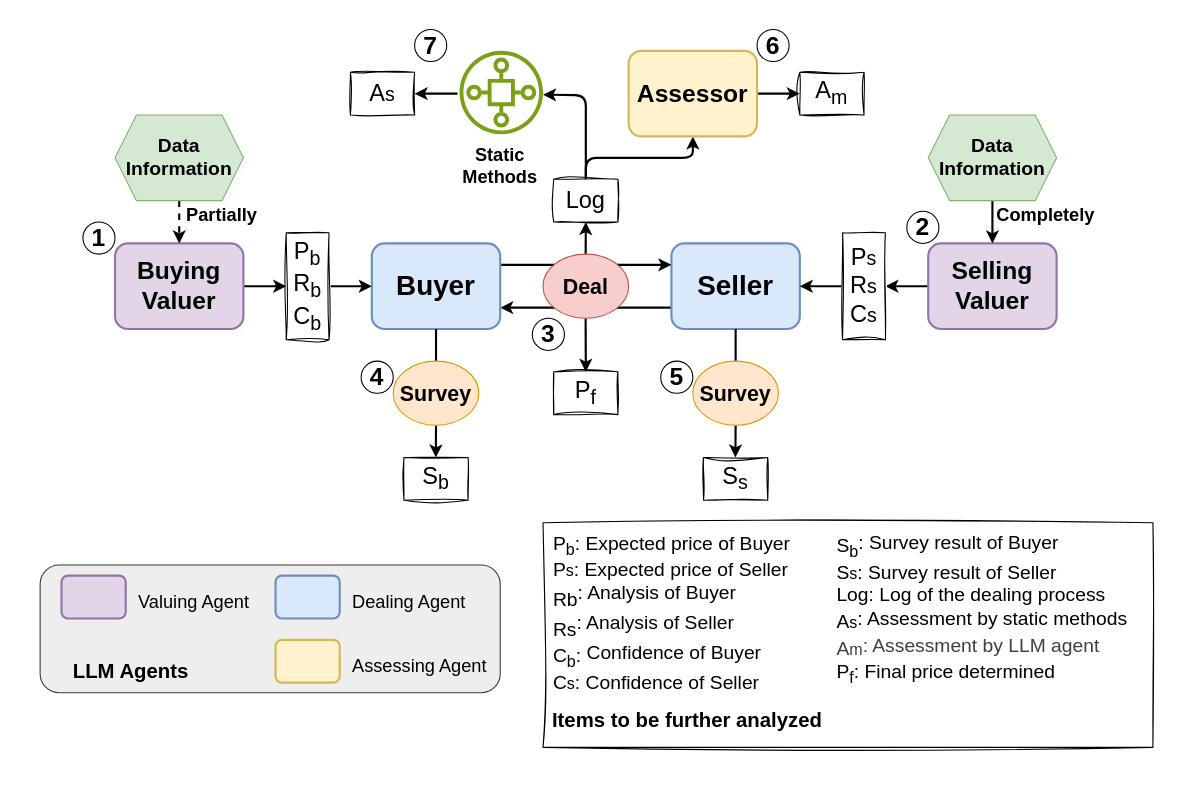
This is figure/agent_structure.drawio from SirBeaverB/AgentDealExp, a draw.io file, before an edit. Source tidied: cells renumbered, new cells numbered last; positions are measured from the earlier drawing's top-left corner, leaving out a move shared by most shapes. Both pictures are drawn from the tidied source at 107%, with x=0, y=0 at pixel (18, 18).
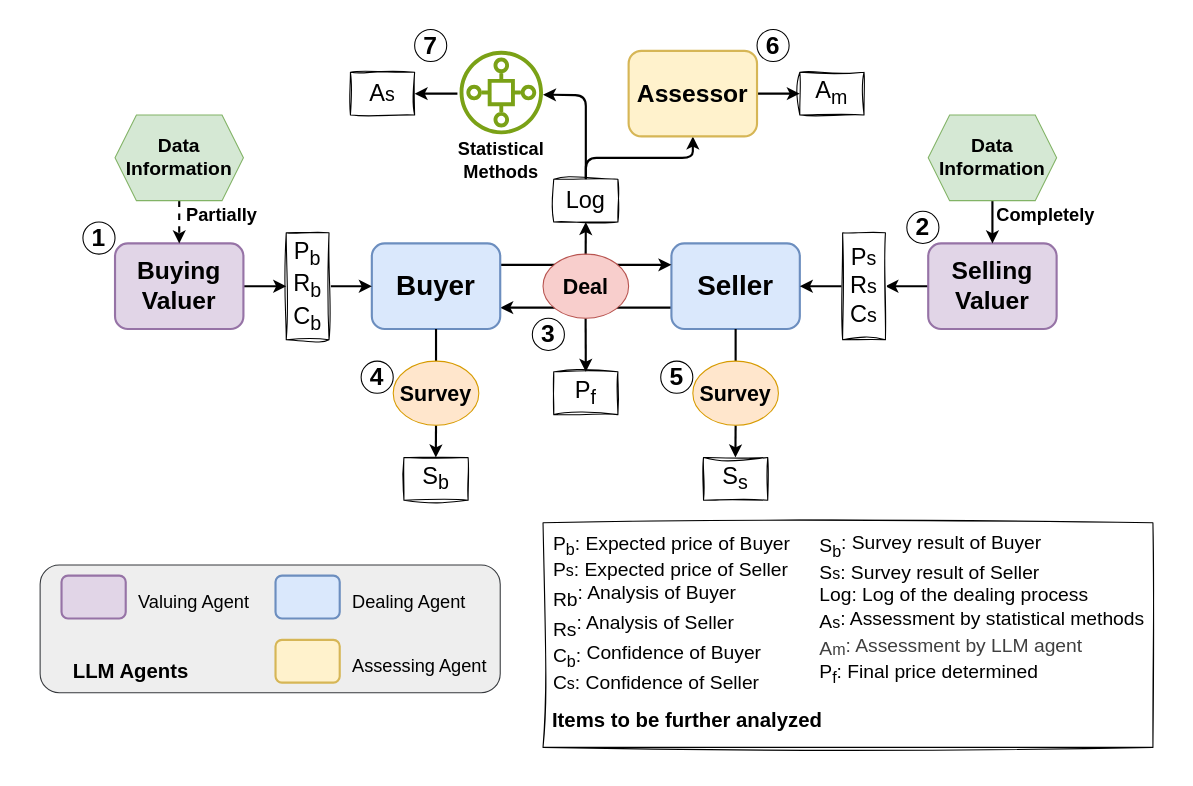
After the change.

Change to the diagram source:
```diff
@@
     <mxCell id="38" style="group;" parent="1" vertex="1">
-      <mxGeometry x="490" y="470" width="570" height="211" as="geometry" />
+      <mxGeometry x="490" y="470" width="575" height="211" as="geometry" />
     </mxCell>
@@
-    <mxCell id="41" value="&lt;div style=&quot;text-align: left;&quot;&gt;&lt;font style=&quot;background-color: transparent;&quot;&gt;&lt;sub style=&quot;&quot;&gt;&lt;span style=&quot;font-size: 18px;&quot;&gt;S&lt;sub&gt;b&lt;/sub&gt;&lt;/span&gt;&lt;/sub&gt;&lt;/font&gt;&lt;font style=&quot;background-color: transparent; font-size: 18px;&quot;&gt;: Survey result of Buyer&lt;/font&gt;&lt;/div&gt;&lt;div&gt;&lt;div style=&quot;text-align: left;&quot;&gt;&lt;font style=&quot;background-color: transparent; scrollbar-color: light-dark(#e2e2e2, #4b4b4b)&lt;br/&gt;&#9;&#9;&#9;&#9;&#9;light-dark(#fbfbfb, var(--dark-panel-color)); font-size: 18px;&quot;&gt;S&lt;/font&gt;&lt;font style=&quot;background-color: transparent; scrollbar-color: light-dark(#e2e2e2, #4b4b4b)&lt;br/&gt;&#9;&#9;&#9;&#9;&#9;light-dark(#fbfbfb, var(--dark-panel-color)); font-size: 15px;&quot;&gt;s&lt;/font&gt;&lt;font style=&quot;background-color: transparent; scrollbar-color: light-dark(#e2e2e2, #4b4b4b)&lt;br/&gt;&#9;&#9;&#9;&#9;&#9;light-dark(#fbfbfb, var(--dark-panel-color)); font-size: 18px;&quot;&gt;: Survey result of Seller&lt;/font&gt;&lt;/div&gt;&lt;div&gt;&lt;div style=&quot;text-align: left; scrollbar-color: light-dark(#e2e2e2, #4b4b4b)&lt;br/&gt;&#9;&#9;&#9;&#9;&#9;light-dark(#fbfbfb, var(--dark-panel-color));&quot;&gt;&lt;font style=&quot;background-color: transparent; scrollbar-color: light-dark(#e2e2e2, #4b4b4b)&lt;br/&gt;&#9;&#9;&#9;&#9;&#9;light-dark(#fbfbfb, var(--dark-panel-color)); font-size: 18px;&quot;&gt;Log: Log of the dealing process&lt;/font&gt;&lt;br&gt;&lt;/div&gt;&lt;div style=&quot;scrollbar-color: light-dark(#e2e2e2, #4b4b4b)&lt;br/&gt;&#9;&#9;&#9;&#9;&#9;light-dark(#fbfbfb, var(--dark-panel-color));&quot;&gt;&lt;div style=&quot;scrollbar-color: light-dark(#e2e2e2, #4b4b4b)&lt;br/&gt;&#9;&#9;&#9;&#9;&#9;light-dark(#fbfbfb, var(--dark-panel-color));&quot;&gt;&lt;div style=&quot;text-align: left;&quot;&gt;&lt;font style=&quot;background-color: transparent; scrollbar-color: light-dark(#e2e2e2, #4b4b4b)&lt;br/&gt;&#9;&#9;&#9;&#9;&#9;light-dark(#fbfbfb, var(--dark-panel-color));&quot;&gt;&lt;sub style=&quot;&quot;&gt;&lt;span style=&quot;font-size: 18px;&quot;&gt;A&lt;/span&gt;&lt;span style=&quot;font-size: 15px;&quot;&gt;s&lt;/span&gt;&lt;/sub&gt;&lt;span style=&quot;font-size: 18px;&quot;&gt;: Assessment by static methods&lt;/span&gt;&lt;/font&gt;&lt;/div&gt;&lt;div style=&quot;text-align: left;&quot;&gt;&lt;font style=&quot;background-color: transparent; scrollbar-color: light-dark(#e2e2e2, #4b4b4b)&lt;br/&gt;&#9;&#9;&#9;&#9;&#9;light-dark(#fbfbfb, var(--dark-panel-color));&quot;&gt;&lt;div style=&quot;scrollbar-color: light-dark(#e2e2e2, #4b4b4b)&lt;br/&gt;&#9;&#9;&#9;&#9;&#9;light-dark(#fbfbfb, var(--dark-panel-color));&quot;&gt;&lt;font style=&quot;scrollbar-color: light-dark(#e2e2e2, #4b4b4b)&lt;br/&gt;&#9;&#9;&#9;&#9;&#9;light-dark(#fbfbfb, var(--dark-panel-color)); background-color: transparent;&quot;&gt;&lt;sub style=&quot;scrollbar-color: light-dark(#e2e2e2, #4b4b4b)&lt;br/&gt;&#9;&#9;&#9;&#9;&#9;light-dark(#fbfbfb, var(--dark-panel-color));&quot;&gt;&lt;sub style=&quot;color: rgb(63, 63, 63); scrollbar-color: light-dark(#e2e2e2, #4b4b4b)&lt;br/&gt;&#9;&#9;&#9;&#9;&#9;light-dark(#fbfbfb, var(--dark-panel-color));&quot;&gt;&lt;span style=&quot;scrollbar-color: light-dark(#e2e2e2, #4b4b4b)&lt;br/&gt;&#9;&#9;&#9;&#9;&#9;light-dark(#fbfbfb, var(--dark-panel-color)); font-size: 18px;&quot;&gt;A&lt;/span&gt;&lt;span style=&quot;scrollbar-color: light-dark(#e2e2e2, #4b4b4b)&lt;br/&gt;&#9;&#9;&#9;&#9;&#9;light-dark(#fbfbfb, var(--dark-panel-color)); font-size: 15px;&quot;&gt;m&lt;/span&gt;&lt;/sub&gt;&lt;span style=&quot;color: rgb(63, 63, 63); scrollbar-color: light-dark(#e2e2e2, #4b4b4b)&lt;br/&gt;&#9;&#9;&#9;&#9;&#9;light-dark(#fbfbfb, var(--dark-panel-color)); font-size: 18px;&quot;&gt;: Assessment by LLM agent&lt;/span&gt;&lt;span style=&quot;font-size: 18px;&quot;&gt;&lt;br&gt;&lt;/span&gt;&lt;/sub&gt;&lt;/font&gt;&lt;/div&gt;&lt;div style=&quot;scrollbar-color: light-dark(#e2e2e2, #4b4b4b)&lt;br/&gt;&#9;&#9;&#9;&#9;&#9;light-dark(#fbfbfb, var(--dark-panel-color));&quot;&gt;&lt;span style=&quot;font-size: 18px;&quot;&gt;P&lt;sub&gt;f&lt;/sub&gt;: Final price determined&lt;/span&gt;&lt;/div&gt;&lt;/font&gt;&lt;/div&gt;&lt;/div&gt;&lt;/div&gt;&lt;/div&gt;&lt;/div&gt;" style="text;html=1;align=center;verticalAlign=middle;strokeColor=none;fillColor=none;" parent="38" vertex="1">
-      <mxGeometry x="260" y="2" width="300" height="160" as="geometry" />
+    <mxCell id="41" value="&lt;div style=&quot;text-align: left;&quot;&gt;&lt;font style=&quot;background-color: transparent;&quot;&gt;&lt;sub style=&quot;&quot;&gt;&lt;span style=&quot;font-size: 18px;&quot;&gt;S&lt;sub&gt;b&lt;/sub&gt;&lt;/span&gt;&lt;/sub&gt;&lt;/font&gt;&lt;font style=&quot;background-color: transparent; font-size: 18px;&quot;&gt;: Survey result of Buyer&lt;/font&gt;&lt;/div&gt;&lt;div&gt;&lt;div style=&quot;text-align: left;&quot;&gt;&lt;font style=&quot;background-color: transparent; scrollbar-color: light-dark(#e2e2e2, #4b4b4b)&lt;br/&gt;&#9;&#9;&#9;&#9;&#9;light-dark(#fbfbfb, var(--dark-panel-color)); font-size: 18px;&quot;&gt;S&lt;/font&gt;&lt;font style=&quot;background-color: transparent; scrollbar-color: light-dark(#e2e2e2, #4b4b4b)&lt;br/&gt;&#9;&#9;&#9;&#9;&#9;light-dark(#fbfbfb, var(--dark-panel-color)); font-size: 15px;&quot;&gt;s&lt;/font&gt;&lt;font style=&quot;background-color: transparent; scrollbar-color: light-dark(#e2e2e2, #4b4b4b)&lt;br/&gt;&#9;&#9;&#9;&#9;&#9;light-dark(#fbfbfb, var(--dark-panel-color)); font-size: 18px;&quot;&gt;: Survey result of Seller&lt;/font&gt;&lt;/div&gt;&lt;div&gt;&lt;div style=&quot;text-align: left; scrollbar-color: light-dark(#e2e2e2, #4b4b4b)&lt;br/&gt;&#9;&#9;&#9;&#9;&#9;light-dark(#fbfbfb, var(--dark-panel-color));&quot;&gt;&lt;font style=&quot;background-color: transparent; scrollbar-color: light-dark(#e2e2e2, #4b4b4b)&lt;br/&gt;&#9;&#9;&#9;&#9;&#9;light-dark(#fbfbfb, var(--dark-panel-color)); font-size: 18px;&quot;&gt;Log: Log of the dealing process&lt;/font&gt;&lt;br&gt;&lt;/div&gt;&lt;div style=&quot;scrollbar-color: light-dark(#e2e2e2, #4b4b4b)&lt;br/&gt;&#9;&#9;&#9;&#9;&#9;light-dark(#fbfbfb, var(--dark-panel-color));&quot;&gt;&lt;div style=&quot;scrollbar-color: light-dark(#e2e2e2, #4b4b4b)&lt;br/&gt;&#9;&#9;&#9;&#9;&#9;light-dark(#fbfbfb, var(--dark-panel-color));&quot;&gt;&lt;div style=&quot;text-align: left;&quot;&gt;&lt;font style=&quot;background-color: transparent; scrollbar-color: light-dark(#e2e2e2, #4b4b4b)&lt;br/&gt;&#9;&#9;&#9;&#9;&#9;light-dark(#fbfbfb, var(--dark-panel-color));&quot;&gt;&lt;sub style=&quot;&quot;&gt;&lt;span style=&quot;font-size: 18px;&quot;&gt;A&lt;/span&gt;&lt;span style=&quot;font-size: 15px;&quot;&gt;s&lt;/span&gt;&lt;/sub&gt;&lt;span style=&quot;font-size: 18px;&quot;&gt;: Assessment by statistical methods&lt;/span&gt;&lt;/font&gt;&lt;/div&gt;&lt;div style=&quot;text-align: left;&quot;&gt;&lt;font style=&quot;background-color: transparent; scrollbar-color: light-dark(#e2e2e2, #4b4b4b)&lt;br/&gt;&#9;&#9;&#9;&#9;&#9;light-dark(#fbfbfb, var(--dark-panel-color));&quot;&gt;&lt;div style=&quot;scrollbar-color: light-dark(#e2e2e2, #4b4b4b)&lt;br/&gt;&#9;&#9;&#9;&#9;&#9;light-dark(#fbfbfb, var(--dark-panel-color));&quot;&gt;&lt;font style=&quot;scrollbar-color: light-dark(#e2e2e2, #4b4b4b)&lt;br/&gt;&#9;&#9;&#9;&#9;&#9;light-dark(#fbfbfb, var(--dark-panel-color)); background-color: transparent;&quot;&gt;&lt;sub style=&quot;scrollbar-color: light-dark(#e2e2e2, #4b4b4b)&lt;br/&gt;&#9;&#9;&#9;&#9;&#9;light-dark(#fbfbfb, var(--dark-panel-color));&quot;&gt;&lt;sub style=&quot;color: rgb(63, 63, 63); scrollbar-color: light-dark(#e2e2e2, #4b4b4b)&lt;br/&gt;&#9;&#9;&#9;&#9;&#9;light-dark(#fbfbfb, var(--dark-panel-color));&quot;&gt;&lt;span style=&quot;scrollbar-color: light-dark(#e2e2e2, #4b4b4b)&lt;br/&gt;&#9;&#9;&#9;&#9;&#9;light-dark(#fbfbfb, var(--dark-panel-color)); font-size: 18px;&quot;&gt;A&lt;/span&gt;&lt;span style=&quot;scrollbar-color: light-dark(#e2e2e2, #4b4b4b)&lt;br/&gt;&#9;&#9;&#9;&#9;&#9;light-dark(#fbfbfb, var(--dark-panel-color)); font-size: 15px;&quot;&gt;m&lt;/span&gt;&lt;/sub&gt;&lt;span style=&quot;color: rgb(63, 63, 63); scrollbar-color: light-dark(#e2e2e2, #4b4b4b)&lt;br/&gt;&#9;&#9;&#9;&#9;&#9;light-dark(#fbfbfb, var(--dark-panel-color)); font-size: 18px;&quot;&gt;: Assessment by LLM agent&lt;/span&gt;&lt;span style=&quot;font-size: 18px;&quot;&gt;&lt;br&gt;&lt;/span&gt;&lt;/sub&gt;&lt;/font&gt;&lt;/div&gt;&lt;div style=&quot;scrollbar-color: light-dark(#e2e2e2, #4b4b4b)&lt;br/&gt;&#9;&#9;&#9;&#9;&#9;light-dark(#fbfbfb, var(--dark-panel-color));&quot;&gt;&lt;span style=&quot;font-size: 18px;&quot;&gt;P&lt;sub&gt;f&lt;/sub&gt;: Final price determined&lt;/span&gt;&lt;/div&gt;&lt;/font&gt;&lt;/div&gt;&lt;/div&gt;&lt;/div&gt;&lt;/div&gt;&lt;/div&gt;" style="text;html=1;align=center;verticalAlign=middle;strokeColor=none;fillColor=none;" parent="38" vertex="1">
+      <mxGeometry x="245" y="2" width="330" height="160" as="geometry" />
     </mxCell>
@@
-    <mxCell id="64" value="&lt;font style=&quot;font-size: 17px;&quot;&gt;&lt;b&gt;Static Methods&lt;/b&gt;&lt;/font&gt;" style="text;html=1;align=center;verticalAlign=middle;whiteSpace=wrap;rounded=0;" parent="1" vertex="1">
-      <mxGeometry x="420" y="115" width="60" height="45" as="geometry" />
+    <mxCell id="64" value="&lt;font style=&quot;font-size: 17px;&quot;&gt;&lt;b&gt;Statistical Methods&lt;/b&gt;&lt;/font&gt;" style="text;html=1;align=center;verticalAlign=middle;whiteSpace=wrap;rounded=0;" parent="1" vertex="1">
+      <mxGeometry x="416" y="110" width="70" height="45" as="geometry" />
     </mxCell>
```
